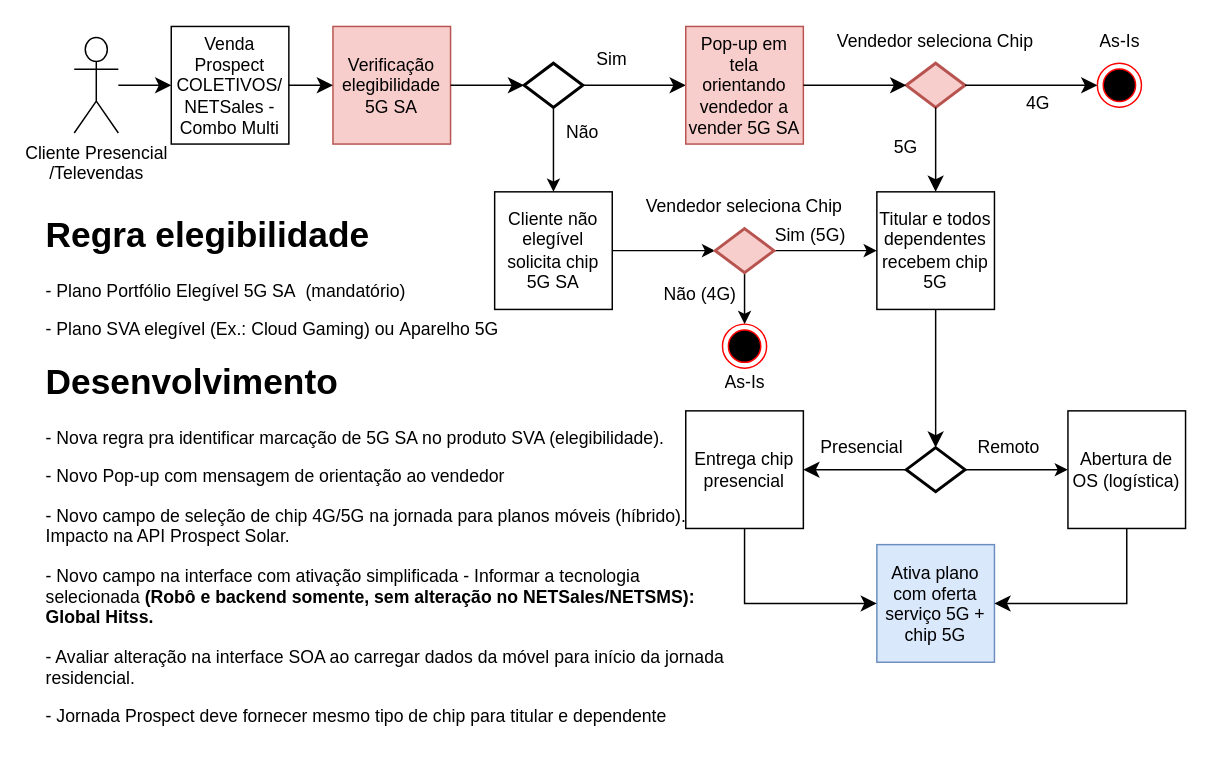
The draw.io diagram page "Prospect NETSales" (2 of 5) of 5GSA v2.drawio in samirali/ClaroBrasil, before the edit. Source tidied: cells renumbered, new cells numbered last; positions are measured from the earlier drawing's top-left corner, leaving out a move shared by most shapes. Both pictures are drawn from the tidied source at 147%, with x=0, y=0 at pixel (38, 26).
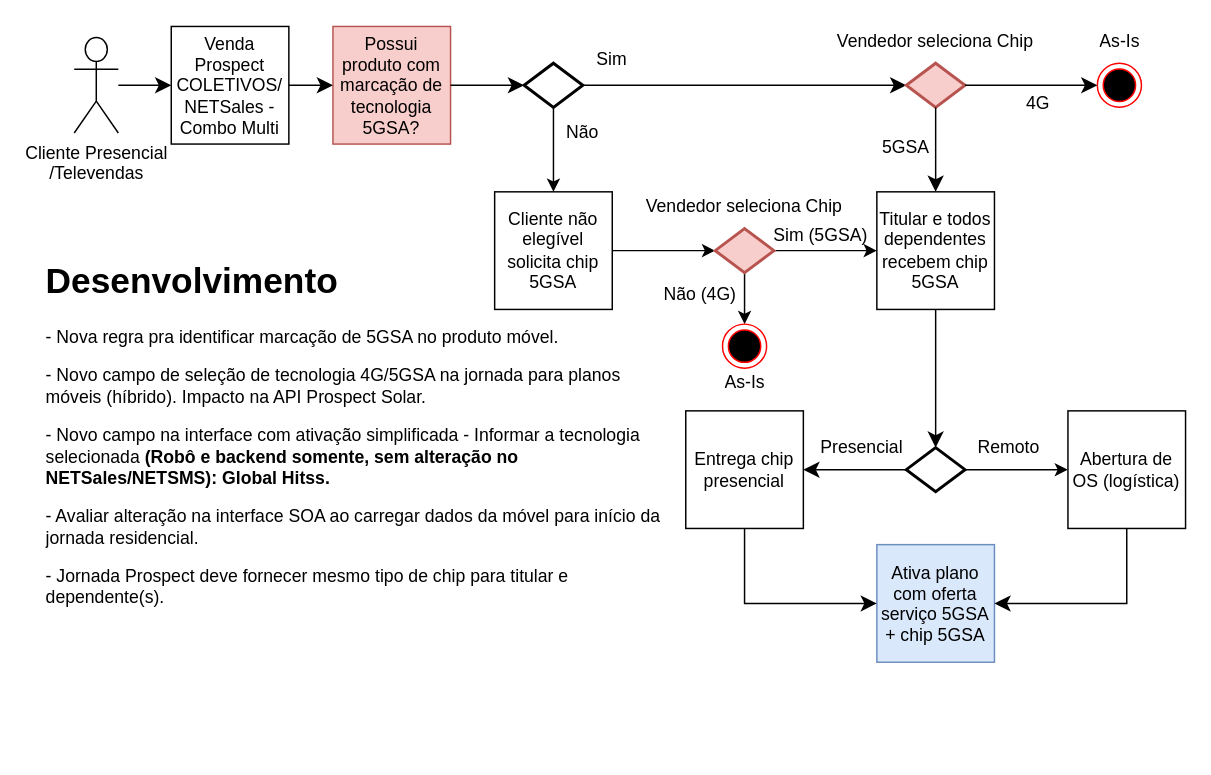
After the change.

Unchanged cells that the change refers to:
```xml
<mxCell id="4" style="strokeWidth=2;html=1;shape=mxgraph.flowchart.decision;whiteSpace=wrap;" parent="1" vertex="1">
  <mxGeometry x="330" y="24.5" width="40" height="30" as="geometry" />
</mxCell>
<mxCell id="14" style="strokeWidth=2;html=1;shape=mxgraph.flowchart.decision;whiteSpace=wrap;fillColor=#f8cecc;strokeColor=#b85450;" parent="1" vertex="1">
  <mxGeometry x="590" y="24.5" width="40" height="30" as="geometry" />
</mxCell>
```

Change to the diagram source:
```diff
@@
-    <mxCell id="5" value="Verificação elegibilidade 5G SA" style="whiteSpace=wrap;html=1;fillColor=#f8cecc;strokeColor=#b85450;" parent="1" vertex="1">
+    <mxCell id="5" value="Possui produto com marcação de tecnologia 5GSA?" style="whiteSpace=wrap;html=1;fillColor=#f8cecc;strokeColor=#b85450;" parent="1" vertex="1">
       <mxGeometry x="200" y="-0.5" width="80" height="80" as="geometry" />
     </mxCell>
@@
-    <mxCell id="10" value="&lt;h1&gt;Regra elegibilidade&lt;/h1&gt;&lt;p&gt;- Plano Portfólio Elegível 5G SA&amp;nbsp; (mandatório)&lt;/p&gt;&lt;p&gt;- Plano SVA elegível (Ex.: Cloud Gaming) ou&amp;nbsp;&lt;span style=&quot;background-color: initial;&quot;&gt;Aparelho 5G&lt;/span&gt;&lt;/p&gt;&lt;div&gt;&lt;br&gt;&lt;/div&gt;" style="text;html=1;strokeColor=none;fillColor=none;spacing=5;spacingTop=-20;whiteSpace=wrap;overflow=hidden;rounded=0;" parent="1" vertex="1">
-      <mxGeometry y="122" width="330" height="120" as="geometry" />
-    </mxCell>
@@
-    <mxCell id="12" style="edgeStyle=elbowEdgeStyle;elbow=horizontal;endArrow=classic;html=1;curved=0;rounded=0;endSize=8;startSize=8;exitX=1;exitY=0.5;exitDx=0;exitDy=0;exitPerimeter=0;entryX=0;entryY=0.5;entryDx=0;entryDy=0;" parent="1" edge="1" source="4" target="13">
+    <mxCell id="12" style="edgeStyle=elbowEdgeStyle;elbow=horizontal;endArrow=classic;html=1;curved=0;rounded=0;endSize=8;startSize=8;exitX=1;exitY=0.5;exitDx=0;exitDy=0;exitPerimeter=0;entryX=0;entryY=0.5;entryDx=0;entryDy=0;entryPerimeter=0;" parent="1" edge="1" source="4" target="14">
       <mxGeometry relative="1" as="geometry" />
     </mxCell>
-    <mxCell id="13" value="Pop-up em tela orientando vendedor a vender 5G SA" style="whiteSpace=wrap;html=1;fillColor=#f8cecc;strokeColor=#b85450;" parent="1" vertex="1">
-      <mxGeometry x="440" y="-0.5" width="80" height="80" as="geometry" />
-    </mxCell>
@@
-    <mxCell id="19" style="edgeStyle=elbowEdgeStyle;elbow=horizontal;endArrow=classic;html=1;curved=0;rounded=0;endSize=8;startSize=8;exitX=1;exitY=0.5;exitDx=0;exitDy=0;entryX=0;entryY=0.5;entryDx=0;entryDy=0;entryPerimeter=0;" parent="1" edge="1" source="13" target="14">
-      <mxGeometry relative="1" as="geometry" />
-    </mxCell>
@@
-    <mxCell id="21" value="Titular e todos dependentes recebem chip 5G" style="whiteSpace=wrap;html=1;" parent="1" vertex="1">
+    <mxCell id="21" value="Titular e todos dependentes recebem chip 5GSA" style="whiteSpace=wrap;html=1;" parent="1" vertex="1">
       <mxGeometry x="570" y="112" width="80" height="80" as="geometry" />
     </mxCell>
@@
-    <mxCell id="23" value="5G" style="text;html=1;strokeColor=none;fillColor=none;align=center;verticalAlign=middle;whiteSpace=wrap;overflow=hidden;" parent="1" vertex="1">
+    <mxCell id="23" value="5GSA" style="text;html=1;strokeColor=none;fillColor=none;align=center;verticalAlign=middle;whiteSpace=wrap;overflow=hidden;" parent="1" vertex="1">
       <mxGeometry x="570" y="72" width="40" height="20" as="geometry" />
     </mxCell>
@@
-    <mxCell id="32" value="&lt;p style=&quot;line-height: normal; margin: 0pt 0in; text-indent: 0in; direction: ltr; unicode-bidi: embed; word-break: normal;&quot;&gt;Ativa plano com oferta serviço 5G + chip 5G&lt;/p&gt;" style="whiteSpace=wrap;html=1;fillColor=#dae8fc;strokeColor=#6c8ebf;" parent="1" vertex="1">
+    <mxCell id="32" value="&lt;p style=&quot;line-height: normal; margin: 0pt 0in; text-indent: 0in; direction: ltr; unicode-bidi: embed; word-break: normal;&quot;&gt;Ativa plano com oferta serviço 5GSA + chip 5GSA&lt;/p&gt;" style="whiteSpace=wrap;html=1;fillColor=#dae8fc;strokeColor=#6c8ebf;" parent="1" vertex="1">
       <mxGeometry x="570" y="352" width="80" height="80" as="geometry" />
     </mxCell>
@@
-    <mxCell id="36" value="Cliente não elegível solicita chip 5G SA" style="whiteSpace=wrap;html=1;" parent="1" vertex="1">
+    <mxCell id="36" value="Cliente não elegível solicita chip 5GSA" style="whiteSpace=wrap;html=1;" parent="1" vertex="1">
       <mxGeometry x="310" y="112" width="80" height="80" as="geometry" />
     </mxCell>
@@
-    <mxCell id="41" value="Sim (5G)" style="text;html=1;strokeColor=none;fillColor=none;align=center;verticalAlign=middle;whiteSpace=wrap;overflow=hidden;" parent="1" vertex="1">
-      <mxGeometry x="500" y="132" width="50" height="20" as="geometry" />
+    <mxCell id="41" value="Sim (5GSA)" style="text;html=1;strokeColor=none;fillColor=none;align=center;verticalAlign=middle;whiteSpace=wrap;overflow=hidden;" parent="1" vertex="1">
+      <mxGeometry x="497" y="132" width="70" height="20" as="geometry" />
     </mxCell>
@@
-    <mxCell id="45" value="&lt;h1&gt;Desenvolvimento&lt;/h1&gt;&lt;p style=&quot;border-color: var(--border-color);&quot;&gt;- Nova regra pra identificar marcação de 5G SA no produto SVA (elegibilidade).&lt;/p&gt;&lt;p style=&quot;border-color: var(--border-color);&quot;&gt;- Novo Pop-up com mensagem de orientação ao vendedor&lt;/p&gt;&lt;p style=&quot;border-color: var(--border-color);&quot;&gt;- Novo campo de seleção de chip 4G/5G na jornada para planos móveis (híbrido). Impacto na API Prospect Solar.&lt;/p&gt;&lt;p style=&quot;border-color: var(--border-color);&quot;&gt;- Novo campo na interface com ativação simplificada - Informar a tecnologia selecionada&lt;b&gt; (Robô e backend somente, sem alteração no NETSales/NETSMS): Global Hitss.&lt;/b&gt;&lt;/p&gt;&lt;p style=&quot;border-color: var(--border-color);&quot;&gt;- Avaliar alteração na interface SOA ao carregar dados da móvel para início da jornada residencial.&lt;/p&gt;&lt;p style=&quot;border-color: var(--border-color);&quot;&gt;&lt;span style=&quot;background-color: initial;&quot;&gt;- Jornada Prospect deve fornecer mesmo tipo de chip para titular e dependente&lt;/span&gt;&lt;br&gt;&lt;/p&gt;&lt;p&gt;&lt;br&gt;&lt;/p&gt;&lt;div&gt;&lt;br&gt;&lt;/div&gt;" style="text;html=1;strokeColor=none;fillColor=none;spacing=5;spacingTop=-20;whiteSpace=wrap;overflow=hidden;rounded=0;" parent="1" vertex="1">
-      <mxGeometry y="222" width="470" height="270" as="geometry" />
+    <mxCell id="45" value="&lt;h1&gt;Desenvolvimento&lt;/h1&gt;&lt;p style=&quot;border-color: var(--border-color);&quot;&gt;- Nova regra pra identificar marcação de 5GSA no produto móvel.&lt;/p&gt;&lt;p style=&quot;border-color: var(--border-color);&quot;&gt;&lt;span style=&quot;background-color: initial;&quot;&gt;- Novo campo de seleção de tecnologia 4G/5GSA na jornada para planos móveis (híbrido). Impacto na API Prospect Solar.&lt;/span&gt;&lt;br&gt;&lt;/p&gt;&lt;p style=&quot;border-color: var(--border-color);&quot;&gt;- Novo campo na interface com ativação simplificada - Informar a tecnologia selecionada&lt;b&gt; (Robô e backend somente, sem alteração no NETSales/NETSMS): Global Hitss.&lt;/b&gt;&lt;/p&gt;&lt;p style=&quot;border-color: var(--border-color);&quot;&gt;- Avaliar alteração na interface SOA ao carregar dados da móvel para início da jornada residencial.&lt;/p&gt;&lt;p style=&quot;border-color: var(--border-color);&quot;&gt;&lt;span style=&quot;background-color: initial;&quot;&gt;- Jornada Prospect deve fornecer mesmo tipo de chip para titular e dependente(s).&lt;/span&gt;&lt;br&gt;&lt;/p&gt;&lt;p&gt;&lt;br&gt;&lt;/p&gt;&lt;div&gt;&lt;br&gt;&lt;/div&gt;" style="text;html=1;strokeColor=none;fillColor=none;spacing=5;spacingTop=-20;whiteSpace=wrap;overflow=hidden;rounded=0;" parent="1" vertex="1">
+      <mxGeometry y="153" width="430" height="270" as="geometry" />
     </mxCell>
```
